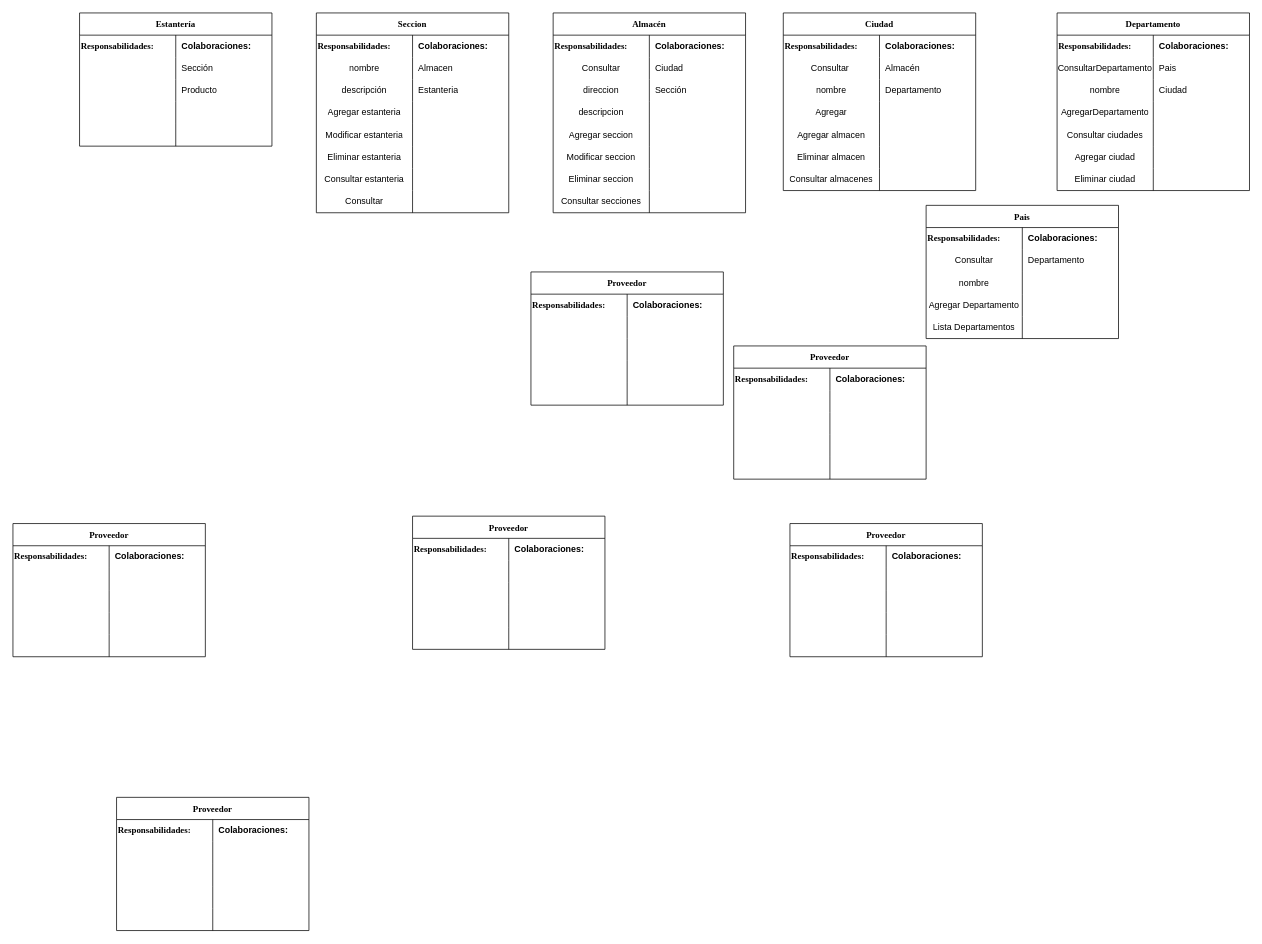
Above: page "CRC" (1 of 2) of Extraclase/Modelo de dominio/Tarjetas CRC.drawio in DOOPan2022/Presupuesto (draw.io), before the change. Source tidied: cells renumbered, new cells numbered last; positions are measured from the earlier drawing's top-left corner, leaving out a move shared by most shapes. Both pictures are drawn from the tidied source at 74%, with x=0, y=0 at pixel (13, 13).
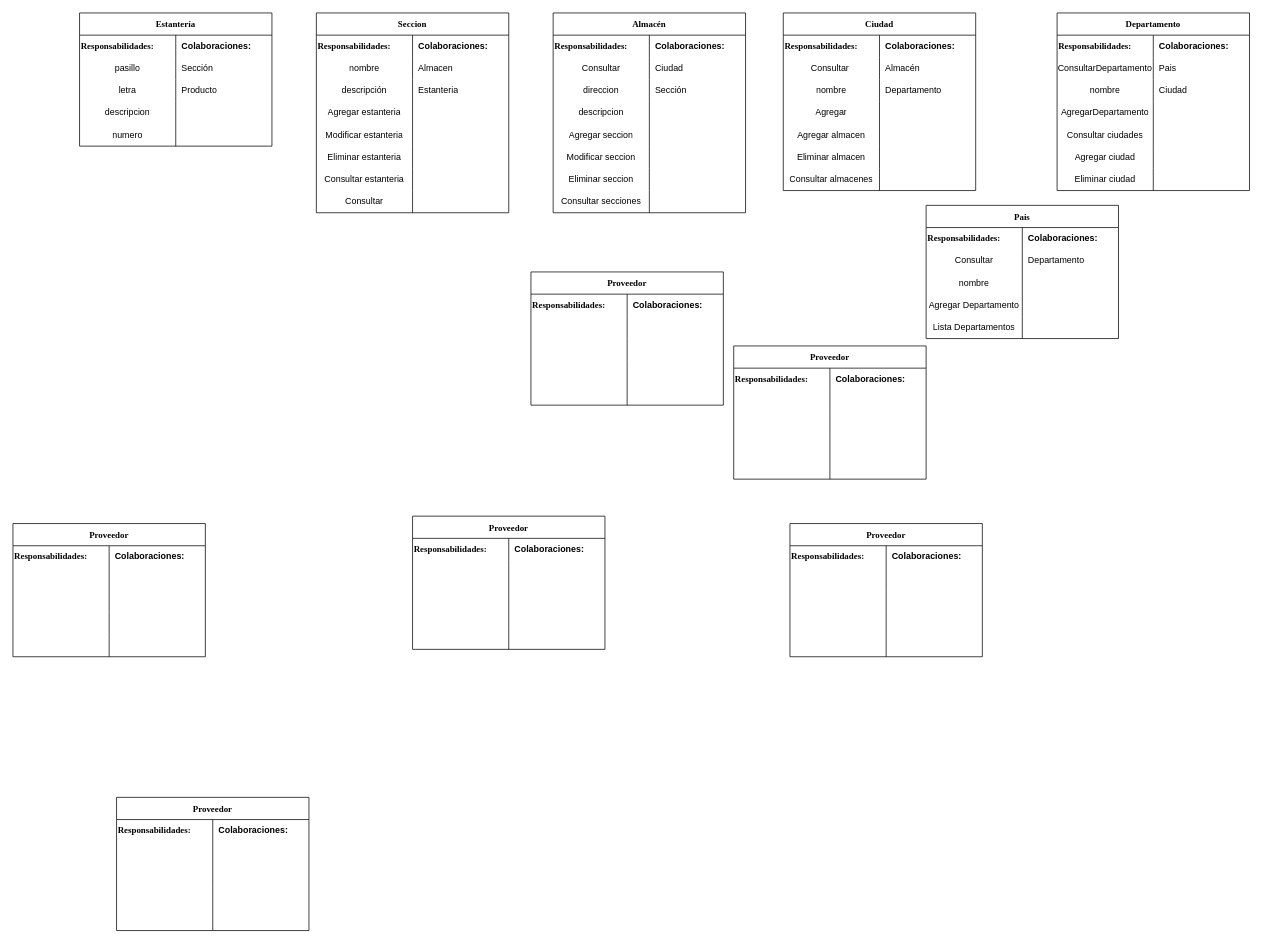
Above is the later version.

The change refers to these unchanged cells:
```xml
<mxCell id="102" style="shape=tableRow;horizontal=0;startSize=0;swimlaneHead=0;swimlaneBody=0;top=0;left=0;bottom=0;right=0;fillColor=none;" parent="98" vertex="1">
  <mxGeometry y="60" width="260" height="30" as="geometry" />
</mxCell>
<mxCell id="105" style="shape=tableRow;horizontal=0;startSize=0;swimlaneHead=0;swimlaneBody=0;top=0;left=0;bottom=0;right=0;fillColor=none;" parent="98" vertex="1">
  <mxGeometry y="90" width="260" height="30" as="geometry" />
</mxCell>
<mxCell id="108" style="shape=tableRow;horizontal=0;startSize=0;swimlaneHead=0;swimlaneBody=0;top=0;left=0;bottom=0;right=0;fillColor=none;" parent="98" vertex="1">
  <mxGeometry y="120" width="260" height="30" as="geometry" />
</mxCell>
<mxCell id="111" style="shape=tableRow;horizontal=0;startSize=0;swimlaneHead=0;swimlaneBody=0;top=0;left=0;bottom=0;right=0;fillColor=none;" parent="98" vertex="1">
  <mxGeometry y="150" width="260" height="30" as="geometry" />
</mxCell>
```

The edit, as a diff of the source:
```diff
@@
-    <mxCell id="103" style="shape=partialRectangle;html=1;whiteSpace=wrap;fillColor=none;top=0;left=0;bottom=0;right=0;overflow=hidden;" parent="102" vertex="1">
+    <mxCell id="103" value="pasillo" style="shape=partialRectangle;html=1;whiteSpace=wrap;fillColor=none;top=0;left=0;bottom=0;right=0;overflow=hidden;" parent="102" vertex="1">
       <mxGeometry width="130" height="30" as="geometry" />
     </mxCell>
@@
-    <mxCell id="106" style="shape=partialRectangle;html=1;whiteSpace=wrap;fillColor=none;top=0;left=0;bottom=0;right=0;overflow=hidden;" parent="105" vertex="1">
+    <mxCell id="106" value="letra" style="shape=partialRectangle;html=1;whiteSpace=wrap;fillColor=none;top=0;left=0;bottom=0;right=0;overflow=hidden;" parent="105" vertex="1">
       <mxGeometry width="130" height="30" as="geometry" />
     </mxCell>
@@
-    <mxCell id="109" style="shape=partialRectangle;html=1;whiteSpace=wrap;fillColor=none;top=0;left=0;bottom=0;right=0;overflow=hidden;" parent="108" vertex="1">
+    <mxCell id="109" value="descripcion" style="shape=partialRectangle;html=1;whiteSpace=wrap;fillColor=none;top=0;left=0;bottom=0;right=0;overflow=hidden;" parent="108" vertex="1">
       <mxGeometry width="130" height="30" as="geometry" />
     </mxCell>
@@
-    <mxCell id="112" style="shape=partialRectangle;html=1;whiteSpace=wrap;fillColor=none;top=0;left=0;bottom=0;right=0;overflow=hidden;" parent="111" vertex="1">
+    <mxCell id="112" value="numero" style="shape=partialRectangle;html=1;whiteSpace=wrap;fillColor=none;top=0;left=0;bottom=0;right=0;overflow=hidden;" parent="111" vertex="1">
       <mxGeometry width="130" height="30" as="geometry" />
     </mxCell>
```
